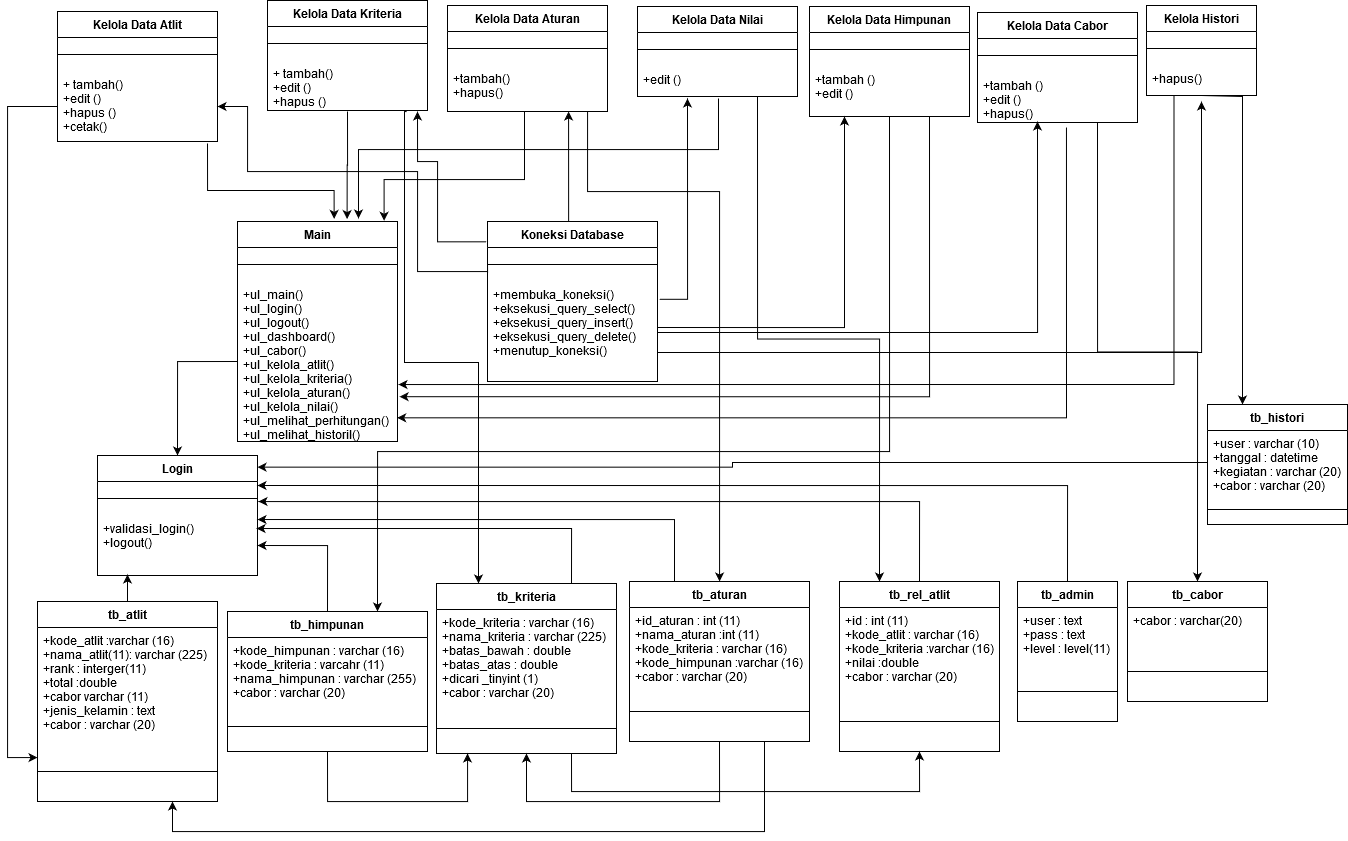
Above: Untitled Diagram.png in NuriCandrawati/nuri-resolusi (draw.io), before the change. Source tidied: cells renumbered, new cells last; positions are measured from the earlier drawing's top-left corner, leaving out a move shared by most shapes.
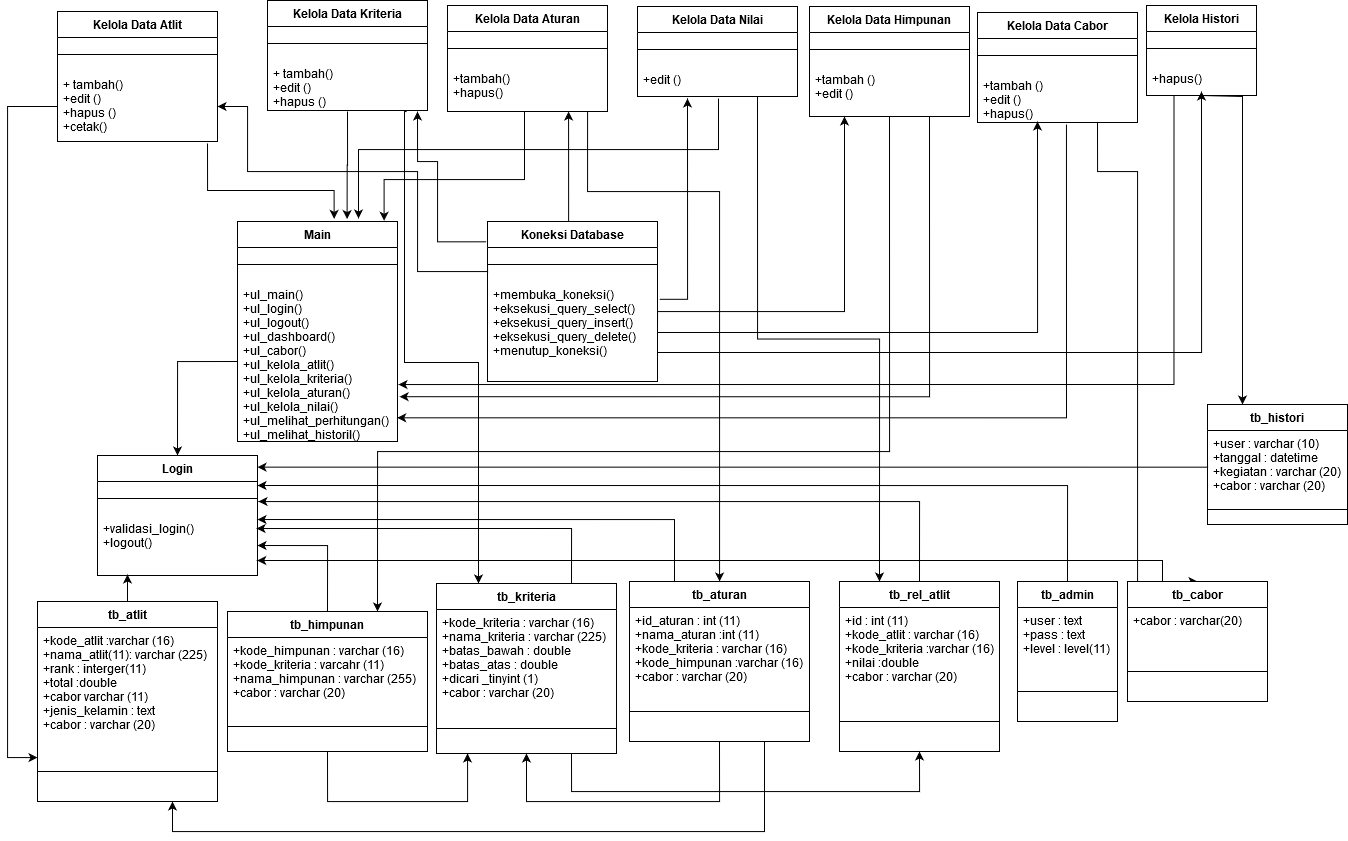
The same diagram one commit later.

Change to the diagram source:
```diff
@@ -153,7 +153,7 @@
         </Array>
       </mxGeometry>
     </mxCell>
-    <mxCell id="28" style="edgeStyle=orthogonalEdgeStyle;rounded=0;jettySize=auto;html=1;exitX=0.556;exitY=1.1;exitDx=0;exitDy=0;entryX=0.998;entryY=0.852;entryDx=0;entryDy=0;entryPerimeter=0;exitPerimeter=0;" parent="1" edge="1" source="32" target="13">
+    <mxCell id="28" style="edgeStyle=orthogonalEdgeStyle;rounded=0;jettySize=auto;html=1;exitX=0.556;exitY=1.04;exitDx=0;exitDy=0;entryX=0.998;entryY=0.852;entryDx=0;entryDy=0;entryPerimeter=0;exitPerimeter=0;" parent="1" edge="1" source="32" target="13">
       <mxGeometry relative="1" as="geometry">
         <Array as="points">
           <mxPoint x="1059" y="417" />
@@ -161,7 +161,13 @@
       </mxGeometry>
     </mxCell>
     <mxCell id="29" style="edgeStyle=orthogonalEdgeStyle;rounded=0;jettySize=auto;html=1;exitX=0.75;exitY=1;exitDx=0;exitDy=0;entryX=0.5;entryY=0;entryDx=0;entryDy=0;" parent="1" edge="1" source="30" target="77">
-      <mxGeometry relative="1" as="geometry" />
+      <mxGeometry relative="1" as="geometry">
+        <Array as="points">
+          <mxPoint x="1090" y="171" />
+          <mxPoint x="1130" y="171" />
+          <mxPoint x="1130" y="581" />
+        </Array>
+      </mxGeometry>
     </mxCell>
     <mxCell id="30" value="Kelola Data Cabor" style="swimlane;fontStyle=1;align=center;verticalAlign=top;horizontal=1;startSize=26;" parent="1" vertex="1">
       <mxGeometry x="970" y="12" width="160" height="110" as="geometry" />
@@ -336,8 +342,15 @@
       <mxGeometry relative="1" as="geometry">
         <mxPoint x="650" y="327" as="sourcePoint" />
         <mxPoint x="837" y="116" as="targetPoint" />
+        <Array as="points">
+          <mxPoint x="650" y="311" />
+          <mxPoint x="837" y="311" />
+        </Array>
       </mxGeometry>
     </mxCell>
+    <mxCell id="89" style="edgeStyle=orthogonalEdgeStyle;rounded=0;jettySize=auto;html=1;exitX=0.25;exitY=0;exitDx=0;exitDy=0;entryX=0.998;entryY=0.75;entryDx=0;entryDy=0;entryPerimeter=0;" parent="1" edge="1" source="77" target="55">
+      <mxGeometry relative="1" as="geometry" />
+    </mxCell>
     <mxCell id="77" value="tb_cabor" style="swimlane;fontStyle=1;align=center;verticalAlign=top;horizontal=1;startSize=26;" parent="1" vertex="1">
       <mxGeometry x="1120" y="581" width="140" height="120" as="geometry" />
     </mxCell>
@@ -356,7 +369,7 @@
     <mxCell id="81" style="edgeStyle=orthogonalEdgeStyle;rounded=0;orthogonalLoop=1;jettySize=auto;html=1;exitX=1;exitY=0.75;exitDx=0;exitDy=0;" parent="1" edge="1">
       <mxGeometry relative="1" as="geometry">
         <mxPoint x="650" y="352" as="sourcePoint" />
-        <mxPoint x="1194" y="101" as="targetPoint" />
+        <mxPoint x="1194" y="91" as="targetPoint" />
       </mxGeometry>
     </mxCell>
     <mxCell id="82" value="Koneksi Database" style="swimlane;fontStyle=1;align=center;verticalAlign=top;horizontal=1;startSize=26;" parent="1" vertex="1">
@@ -378,7 +391,11 @@
       <mxGeometry y="90" width="140" height="30" as="geometry" />
     </mxCell>
     <mxCell id="88" style="edgeStyle=orthogonalEdgeStyle;rounded=0;jettySize=auto;html=1;exitX=0;exitY=0.5;exitDx=0;exitDy=0;entryX=1;entryY=0.097;entryDx=0;entryDy=0;entryPerimeter=0;" parent="1" edge="1" source="86" target="53">
-      <mxGeometry relative="1" as="geometry" />
+      <mxGeometry relative="1" as="geometry">
+        <Array as="points">
+          <mxPoint x="1200" y="467" />
+        </Array>
+      </mxGeometry>
     </mxCell>
   </root>
 </mxGraphModel>
```
